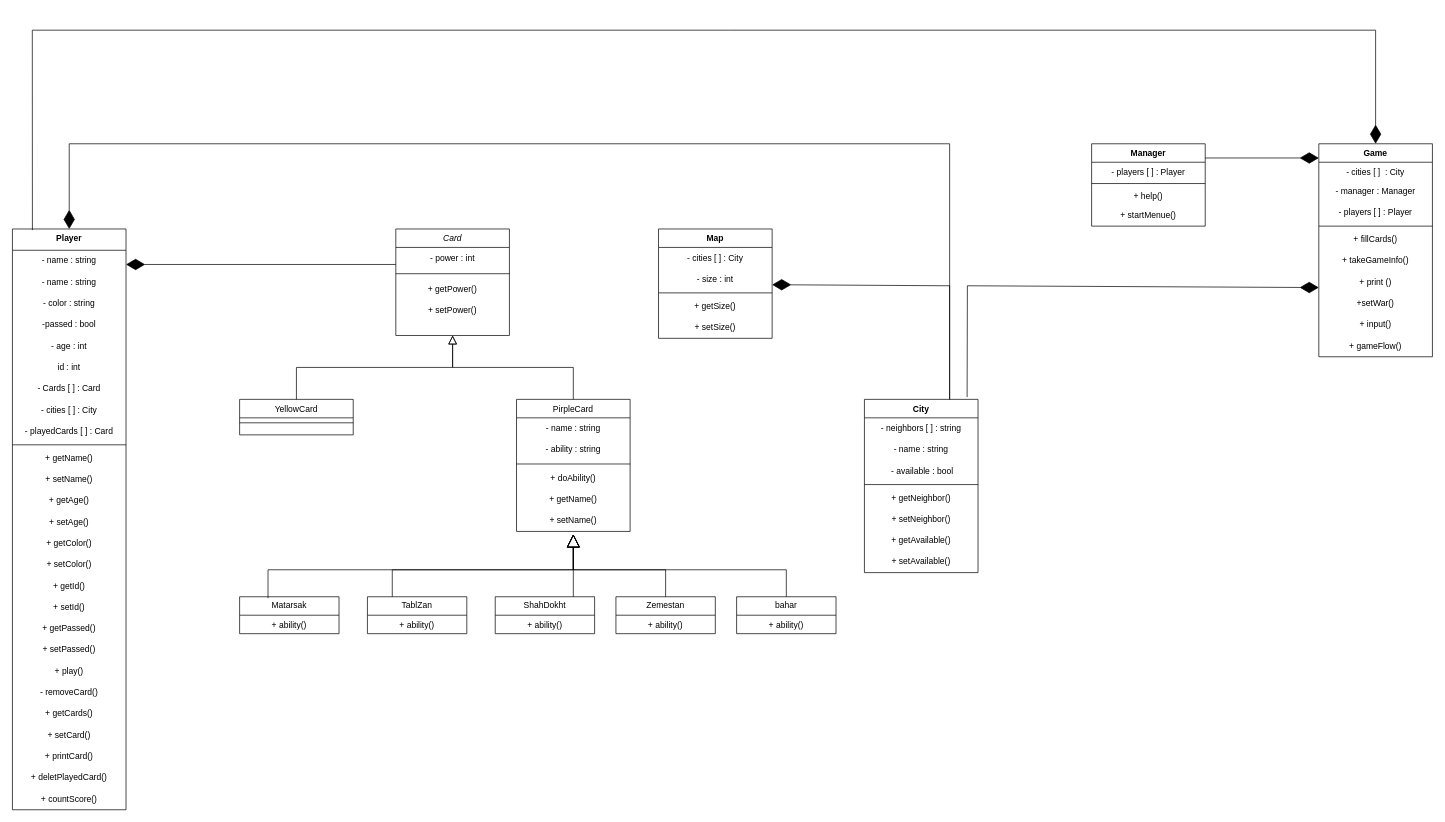
Mehrdad386/Rakab keeps this draw.io diagram as first_part.drawio. Above is the earlier version. Source tidied: cells renumbered, new cells numbered last; positions are measured from the earlier drawing's top-left corner, leaving out a move shared by most shapes. Both pictures are drawn from the tidied source at 71%, with x=0, y=0 at pixel (12, 30).
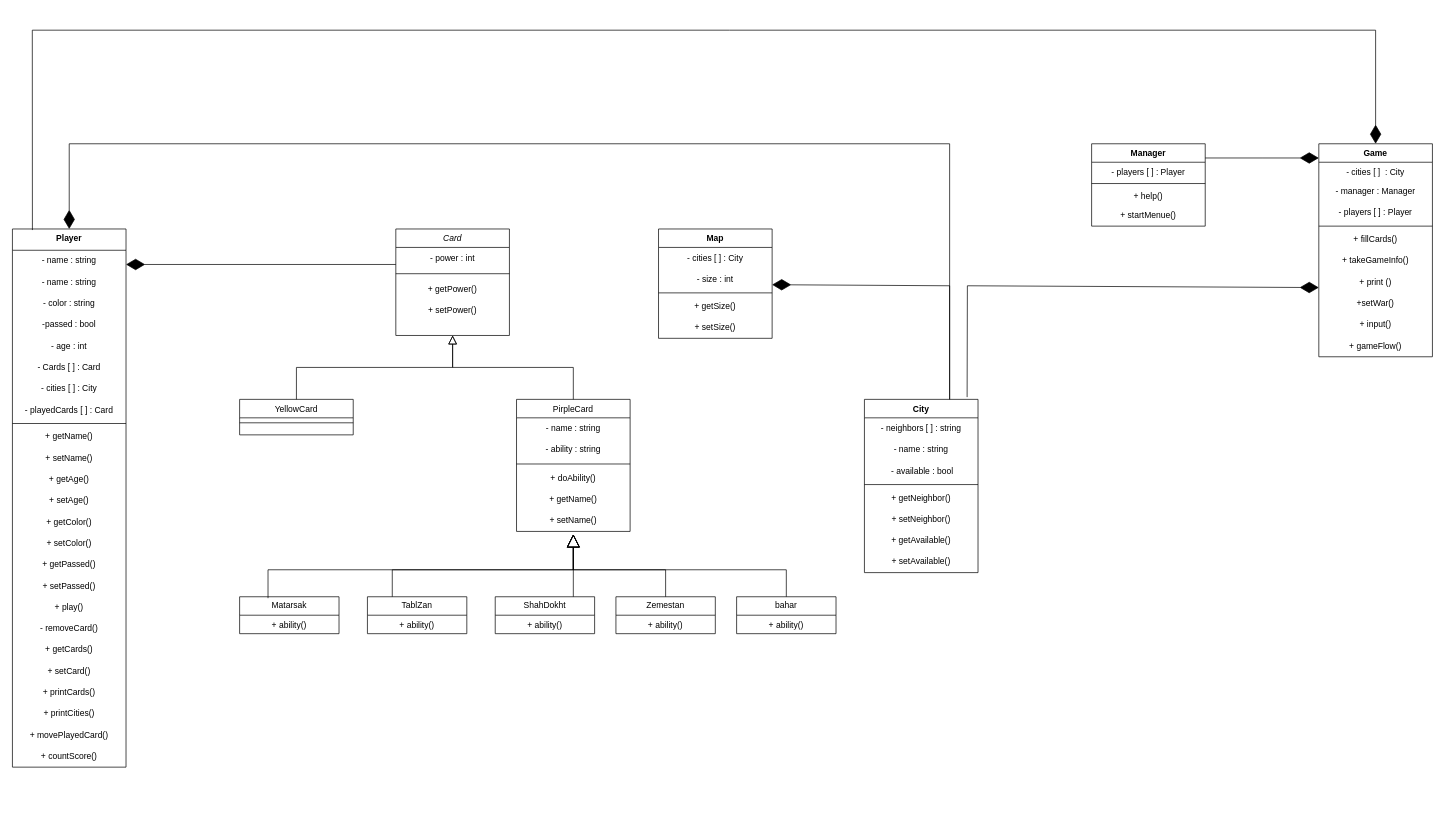
After the change.

The edit, as a diff of the source:
```diff
@@
     <mxCell id="24" value="Player" style="swimlane;fontStyle=1;align=center;verticalAlign=top;horizontal=1;startSize=30;whiteSpace=wrap;html=1;" parent="1" vertex="1">
-      <mxGeometry y="280" width="160" height="818" as="geometry" />
+      <mxGeometry y="280" width="160" height="758" as="geometry" />
     </mxCell>
@@
-    <mxCell id="30" value="id : int" style="text;strokeColor=none;align=center;fillColor=none;html=1;verticalAlign=middle;whiteSpace=wrap;rounded=0;" parent="24" vertex="1">
-      <mxGeometry y="180" width="160" height="30" as="geometry" />
-    </mxCell>
     <mxCell id="31" value="- Cards [ ] : Card" style="text;strokeColor=none;align=center;fillColor=none;html=1;verticalAlign=middle;whiteSpace=wrap;rounded=0;" parent="24" vertex="1">
-      <mxGeometry y="210" width="160" height="30" as="geometry" />
+      <mxGeometry y="180" width="160" height="30" as="geometry" />
     </mxCell>
     <mxCell id="32" value="- cities [ ] : City" style="text;strokeColor=none;align=center;fillColor=none;html=1;verticalAlign=middle;whiteSpace=wrap;rounded=0;" parent="24" vertex="1">
-      <mxGeometry y="240" width="160" height="30" as="geometry" />
+      <mxGeometry y="210" width="160" height="30" as="geometry" />
     </mxCell>
     <mxCell id="33" value="- playedCards [ ] : Card" style="text;strokeColor=none;align=center;fillColor=none;html=1;verticalAlign=middle;whiteSpace=wrap;rounded=0;" parent="24" vertex="1">
-      <mxGeometry y="270" width="160" height="30" as="geometry" />
+      <mxGeometry y="240" width="160" height="30" as="geometry" />
     </mxCell>
     <mxCell id="34" style="line;strokeWidth=1;fillColor=none;align=left;verticalAlign=middle;spacingTop=-1;spacingLeft=3;spacingRight=3;labelPosition=right;strokeColor=inherit;" parent="24" vertex="1">
-      <mxGeometry y="300" width="160" height="8" as="geometry" />
+      <mxGeometry y="270" width="160" height="8" as="geometry" />
     </mxCell>
     <mxCell id="35" value="+ getName()" style="text;strokeColor=none;align=center;fillColor=none;html=1;verticalAlign=middle;whiteSpace=wrap;rounded=0;" parent="24" vertex="1">
-      <mxGeometry y="308" width="160" height="30" as="geometry" />
+      <mxGeometry y="278" width="160" height="30" as="geometry" />
     </mxCell>
     <mxCell id="36" value="+ setName()" style="text;strokeColor=none;align=center;fillColor=none;html=1;verticalAlign=middle;whiteSpace=wrap;rounded=0;" parent="24" vertex="1">
-      <mxGeometry y="338" width="160" height="30" as="geometry" />
+      <mxGeometry y="308" width="160" height="30" as="geometry" />
     </mxCell>
     <mxCell id="37" value="+ getAge()" style="text;strokeColor=none;align=center;fillColor=none;html=1;verticalAlign=middle;whiteSpace=wrap;rounded=0;" parent="24" vertex="1">
-      <mxGeometry y="368" width="160" height="30" as="geometry" />
+      <mxGeometry y="338" width="160" height="30" as="geometry" />
     </mxCell>
     <mxCell id="38" value="+ setAge()" style="text;strokeColor=none;align=center;fillColor=none;html=1;verticalAlign=middle;whiteSpace=wrap;rounded=0;" parent="24" vertex="1">
-      <mxGeometry y="398" width="160" height="30" as="geometry" />
+      <mxGeometry y="368" width="160" height="30" as="geometry" />
     </mxCell>
     <mxCell id="39" value="+ getColor()" style="text;strokeColor=none;align=center;fillColor=none;html=1;verticalAlign=middle;whiteSpace=wrap;rounded=0;" parent="24" vertex="1">
-      <mxGeometry y="428" width="160" height="30" as="geometry" />
+      <mxGeometry y="398" width="160" height="30" as="geometry" />
     </mxCell>
     <mxCell id="40" value="+ setColor()" style="text;strokeColor=none;align=center;fillColor=none;html=1;verticalAlign=middle;whiteSpace=wrap;rounded=0;" parent="24" vertex="1">
-      <mxGeometry y="458" width="160" height="30" as="geometry" />
+      <mxGeometry y="428" width="160" height="30" as="geometry" />
     </mxCell>
-    <mxCell id="41" value="+ getId()" style="text;strokeColor=none;align=center;fillColor=none;html=1;verticalAlign=middle;whiteSpace=wrap;rounded=0;" parent="24" vertex="1">
-      <mxGeometry y="488" width="160" height="30" as="geometry" />
-    </mxCell>
-    <mxCell id="42" value="+ setId()" style="text;strokeColor=none;align=center;fillColor=none;html=1;verticalAlign=middle;whiteSpace=wrap;rounded=0;" parent="24" vertex="1">
-      <mxGeometry y="518" width="160" height="30" as="geometry" />
-    </mxCell>
     <mxCell id="43" value="+ getPassed()" style="text;strokeColor=none;align=center;fillColor=none;html=1;verticalAlign=middle;whiteSpace=wrap;rounded=0;" parent="24" vertex="1">
-      <mxGeometry y="548" width="160" height="30" as="geometry" />
+      <mxGeometry y="458" width="160" height="30" as="geometry" />
     </mxCell>
     <mxCell id="44" value="+ setPassed()" style="text;strokeColor=none;align=center;fillColor=none;html=1;verticalAlign=middle;whiteSpace=wrap;rounded=0;" parent="24" vertex="1">
-      <mxGeometry y="578" width="160" height="30" as="geometry" />
+      <mxGeometry y="488" width="160" height="30" as="geometry" />
     </mxCell>
     <mxCell id="45" value="+ play()" style="text;strokeColor=none;align=center;fillColor=none;html=1;verticalAlign=middle;whiteSpace=wrap;rounded=0;" parent="24" vertex="1">
-      <mxGeometry y="608" width="160" height="30" as="geometry" />
+      <mxGeometry y="518" width="160" height="30" as="geometry" />
     </mxCell>
     <mxCell id="46" value="- removeCard()" style="text;strokeColor=none;align=center;fillColor=none;html=1;verticalAlign=middle;whiteSpace=wrap;rounded=0;" parent="24" vertex="1">
-      <mxGeometry y="638" width="160" height="30" as="geometry" />
+      <mxGeometry y="548" width="160" height="30" as="geometry" />
     </mxCell>
     <mxCell id="47" value="+ getCards()" style="text;strokeColor=none;align=center;fillColor=none;html=1;verticalAlign=middle;whiteSpace=wrap;rounded=0;" parent="24" vertex="1">
-      <mxGeometry y="668" width="160" height="30" as="geometry" />
+      <mxGeometry y="578" width="160" height="30" as="geometry" />
     </mxCell>
     <mxCell id="48" value="+ setCard()" style="text;strokeColor=none;align=center;fillColor=none;html=1;verticalAlign=middle;whiteSpace=wrap;rounded=0;" parent="24" vertex="1">
-      <mxGeometry y="698" width="160" height="30" as="geometry" />
+      <mxGeometry y="608" width="160" height="30" as="geometry" />
     </mxCell>
-    <mxCell id="49" value="+ printCard()" style="text;strokeColor=none;align=center;fillColor=none;html=1;verticalAlign=middle;whiteSpace=wrap;rounded=0;" parent="24" vertex="1">
-      <mxGeometry y="728" width="160" height="30" as="geometry" />
+    <mxCell id="49" value="+ printCards()" style="text;strokeColor=none;align=center;fillColor=none;html=1;verticalAlign=middle;whiteSpace=wrap;rounded=0;" parent="24" vertex="1">
+      <mxGeometry y="638" width="160" height="30" as="geometry" />
     </mxCell>
+    <mxCell id="98" value="+ printCities()" style="text;strokeColor=none;align=center;fillColor=none;html=1;verticalAlign=middle;whiteSpace=wrap;rounded=0;" parent="24" vertex="1">
+      <mxGeometry y="668" width="160" height="30" as="geometry" />
+    </mxCell>
-    <mxCell id="50" value="+ deletPlayedCard()" style="text;strokeColor=none;align=center;fillColor=none;html=1;verticalAlign=middle;whiteSpace=wrap;rounded=0;" parent="24" vertex="1">
-      <mxGeometry y="758" width="160" height="30" as="geometry" />
+    <mxCell id="50" value="+ movePlayedCard()" style="text;strokeColor=none;align=center;fillColor=none;html=1;verticalAlign=middle;whiteSpace=wrap;rounded=0;" parent="24" vertex="1">
+      <mxGeometry y="698" width="160" height="30" as="geometry" />
     </mxCell>
     <mxCell id="51" value="+ countScore()" style="text;strokeColor=none;align=center;fillColor=none;html=1;verticalAlign=middle;whiteSpace=wrap;rounded=0;" parent="24" vertex="1">
-      <mxGeometry y="788" width="160" height="30" as="geometry" />
+      <mxGeometry y="728" width="160" height="30" as="geometry" />
     </mxCell>
```
